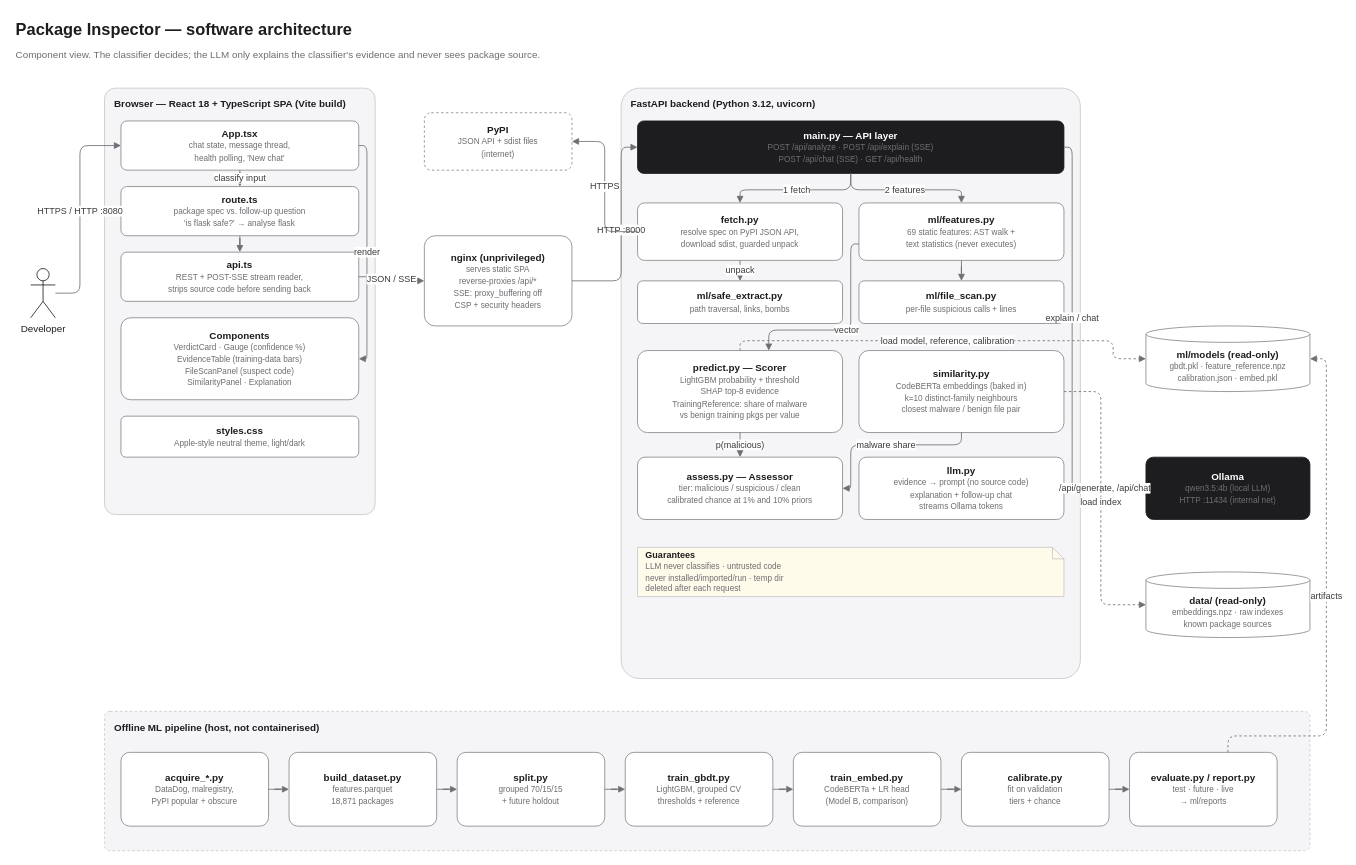
This is architecture.drawio from coxMita/packeges-chatbot, a draw.io file, before an edit. Source tidied: cells renumbered, new cells numbered last; positions are measured from the earlier drawing's top-left corner, leaving out a move shared by most shapes. Both pictures are drawn from the tidied source at 82%, with x=0, y=0 at pixel (14, 14).
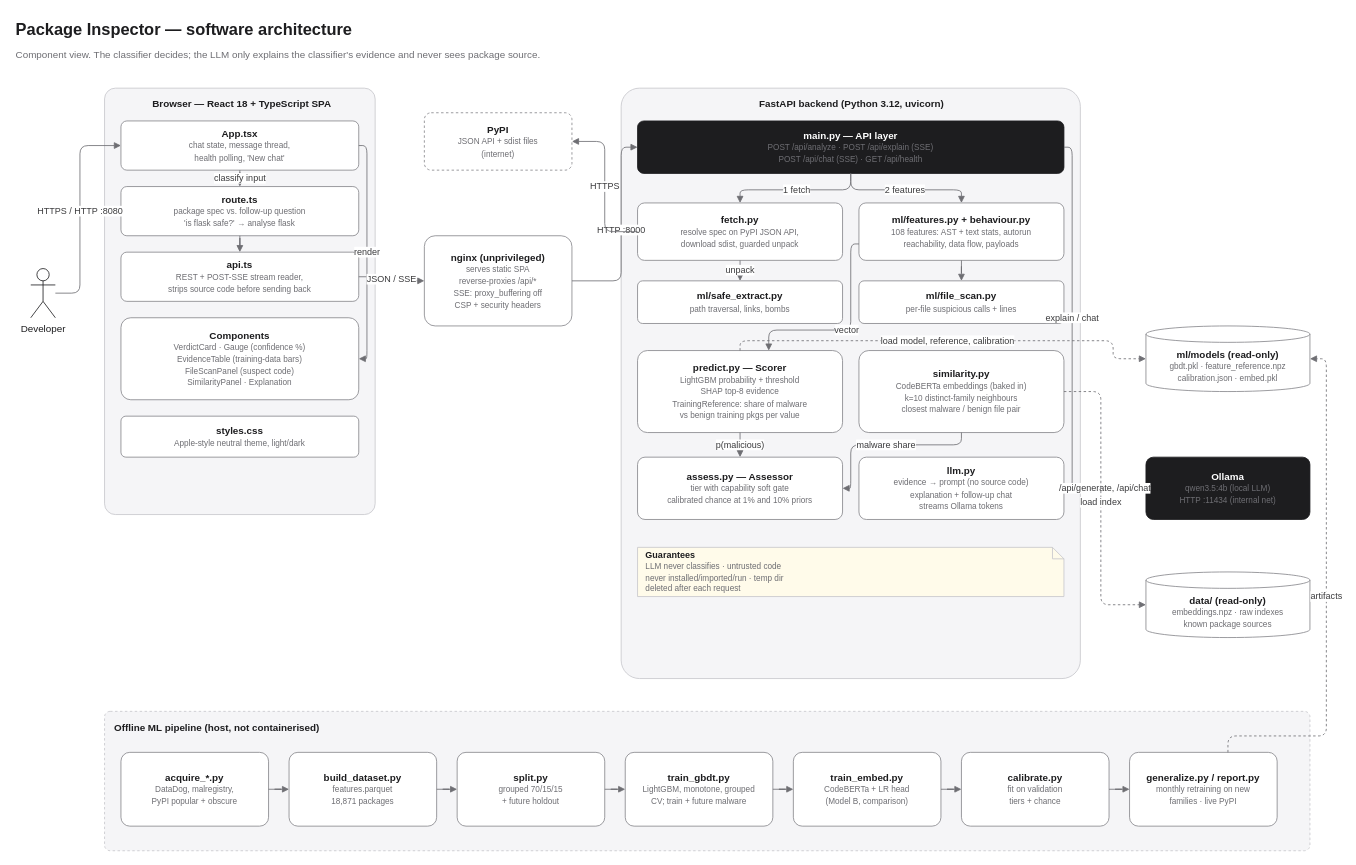
The same page after the edit.

The edit, as a diff of the source:
```diff
@@
-    <mxCell id="5" value="Browser — React 18 + TypeScript SPA (Vite build)" style="rounded=1;whiteSpace=wrap;html=1;arcSize=4;fillColor=#F5F5F7;strokeColor=#C7C7CC;dashed=0;verticalAlign=top;align=left;spacingLeft=10;spacingTop=6;fontStyle=1;fontFamily=Helvetica;fontSize=12;fontColor=#1D1D1F;" parent="1" vertex="1">
+    <mxCell id="5" value="&amp;nbsp; &amp;nbsp; &amp;nbsp; &amp;nbsp; &amp;nbsp; &amp;nbsp; &amp;nbsp; Browser — React 18 + TypeScript SPA&amp;nbsp;" style="rounded=1;whiteSpace=wrap;html=1;arcSize=4;fillColor=#F5F5F7;strokeColor=#C7C7CC;dashed=0;verticalAlign=top;align=left;spacingLeft=10;spacingTop=6;fontStyle=1;fontFamily=Helvetica;fontSize=12;fontColor=#1D1D1F;" parent="1" vertex="1">
       <mxGeometry x="110" y="90" width="330" height="520" as="geometry" />
     </mxCell>
@@
-    <mxCell id="17" value="FastAPI backend (Python 3.12, uvicorn)" style="rounded=1;whiteSpace=wrap;html=1;arcSize=4;fillColor=#F5F5F7;strokeColor=#C7C7CC;dashed=0;verticalAlign=top;align=left;spacingLeft=10;spacingTop=6;fontStyle=1;fontFamily=Helvetica;fontSize=12;fontColor=#1D1D1F;" parent="1" vertex="1">
+    <mxCell id="17" value="&amp;nbsp; &amp;nbsp; &amp;nbsp; &amp;nbsp; &amp;nbsp; &amp;nbsp; &amp;nbsp; &amp;nbsp; &amp;nbsp; &amp;nbsp; &amp;nbsp; &amp;nbsp; &amp;nbsp; &amp;nbsp; &amp;nbsp; &amp;nbsp; &amp;nbsp; &amp;nbsp; &amp;nbsp; &amp;nbsp; &amp;nbsp; &amp;nbsp; &amp;nbsp; &amp;nbsp;FastAPI backend (Python 3.12, uvicorn)" style="rounded=1;whiteSpace=wrap;html=1;arcSize=4;fillColor=#F5F5F7;strokeColor=#C7C7CC;dashed=0;verticalAlign=top;align=left;spacingLeft=10;spacingTop=6;fontStyle=1;fontFamily=Helvetica;fontSize=12;fontColor=#1D1D1F;" parent="1" vertex="1">
       <mxGeometry x="740" y="90" width="560" height="720" as="geometry" />
     </mxCell>
@@
-    <mxCell id="21" value="&lt;b&gt;ml/features.py&lt;/b&gt;&lt;br&gt;&lt;font style='font-size:10px' color='#6E6E73'&gt;69 static features: AST walk +&lt;/font&gt;&lt;br&gt;&lt;font style='font-size:10px' color='#6E6E73'&gt;text statistics (never executes)&lt;/font&gt;" style="rounded=1;whiteSpace=wrap;html=1;arcSize=12;fillColor=#FFFFFF;strokeColor=#86868B;fontFamily=Helvetica;fontSize=12;fontColor=#1D1D1F;" parent="1" vertex="1">
+    <mxCell id="21" value="&lt;b&gt;ml/features.py + behaviour.py&lt;/b&gt;&lt;br&gt;&lt;font style='font-size:10px' color='#6E6E73'&gt;108 features: AST + text stats, autorun&lt;/font&gt;&lt;br&gt;&lt;font style='font-size:10px' color='#6E6E73'&gt;reachability, data flow, payloads&lt;/font&gt;" style="rounded=1;whiteSpace=wrap;html=1;arcSize=12;fillColor=#FFFFFF;strokeColor=#86868B;fontFamily=Helvetica;fontSize=12;fontColor=#1D1D1F;" parent="1" vertex="1">
       <mxGeometry x="1030" y="230" width="250" height="70" as="geometry" />
     </mxCell>
@@
-    <mxCell id="25" value="&lt;b&gt;assess.py — Assessor&lt;/b&gt;&lt;br&gt;&lt;font style='font-size:10px' color='#6E6E73'&gt;tier: malicious / suspicious / clean&lt;/font&gt;&lt;br&gt;&lt;font style='font-size:10px' color='#6E6E73'&gt;calibrated chance at 1% and 10% priors&lt;/font&gt;" style="rounded=1;whiteSpace=wrap;html=1;arcSize=12;fillColor=#FFFFFF;strokeColor=#86868B;fontFamily=Helvetica;fontSize=12;fontColor=#1D1D1F;" parent="1" vertex="1">
+    <mxCell id="25" value="&lt;b&gt;assess.py — Assessor&lt;/b&gt;&lt;br&gt;&lt;font style='font-size:10px' color='#6E6E73'&gt;tier with capability soft gate&lt;/font&gt;&lt;br&gt;&lt;font style='font-size:10px' color='#6E6E73'&gt;calibrated chance at 1% and 10% priors&lt;/font&gt;" style="rounded=1;whiteSpace=wrap;html=1;arcSize=12;fillColor=#FFFFFF;strokeColor=#86868B;fontFamily=Helvetica;fontSize=12;fontColor=#1D1D1F;" parent="1" vertex="1">
       <mxGeometry x="760" y="540" width="250" height="76" as="geometry" />
     </mxCell>
@@
-    <mxCell id="51" value="&lt;b&gt;train_gbdt.py&lt;/b&gt;&lt;br&gt;&lt;font style='font-size:10px' color='#6E6E73'&gt;LightGBM, grouped CV&lt;/font&gt;&lt;br&gt;&lt;font style='font-size:10px' color='#6E6E73'&gt;thresholds + reference&lt;/font&gt;" style="rounded=1;whiteSpace=wrap;html=1;arcSize=12;fillColor=#FFFFFF;strokeColor=#86868B;fontFamily=Helvetica;fontSize=12;fontColor=#1D1D1F;" parent="1" vertex="1">
+    <mxCell id="51" value="&lt;b&gt;train_gbdt.py&lt;/b&gt;&lt;br&gt;&lt;font style='font-size:10px' color='#6E6E73'&gt;LightGBM, monotone, grouped&lt;/font&gt;&lt;br&gt;&lt;font style='font-size:10px' color='#6E6E73'&gt;CV; train + future malware&lt;/font&gt;" style="rounded=1;whiteSpace=wrap;html=1;arcSize=12;fillColor=#FFFFFF;strokeColor=#86868B;fontFamily=Helvetica;fontSize=12;fontColor=#1D1D1F;" parent="1" vertex="1">
       <mxGeometry x="745" y="900" width="180" height="90" as="geometry" />
     </mxCell>
@@
-    <mxCell id="57" value="&lt;b&gt;evaluate.py / report.py&lt;/b&gt;&lt;br&gt;&lt;font style='font-size:10px' color='#6E6E73'&gt;test · future · live&lt;/font&gt;&lt;br&gt;&lt;font style='font-size:10px' color='#6E6E73'&gt;→ ml/reports&lt;/font&gt;" style="rounded=1;whiteSpace=wrap;html=1;arcSize=12;fillColor=#FFFFFF;strokeColor=#86868B;fontFamily=Helvetica;fontSize=12;fontColor=#1D1D1F;" parent="1" vertex="1">
+    <mxCell id="57" value="&lt;b&gt;generalize.py / report.py&lt;/b&gt;&lt;br&gt;&lt;font style='font-size:10px' color='#6E6E73'&gt;monthly retraining on new&lt;/font&gt;&lt;br&gt;&lt;font style='font-size:10px' color='#6E6E73'&gt;families · live PyPI&lt;/font&gt;" style="rounded=1;whiteSpace=wrap;html=1;arcSize=12;fillColor=#FFFFFF;strokeColor=#86868B;fontFamily=Helvetica;fontSize=12;fontColor=#1D1D1F;" parent="1" vertex="1">
       <mxGeometry x="1360" y="900" width="180" height="90" as="geometry" />
     </mxCell>
```
